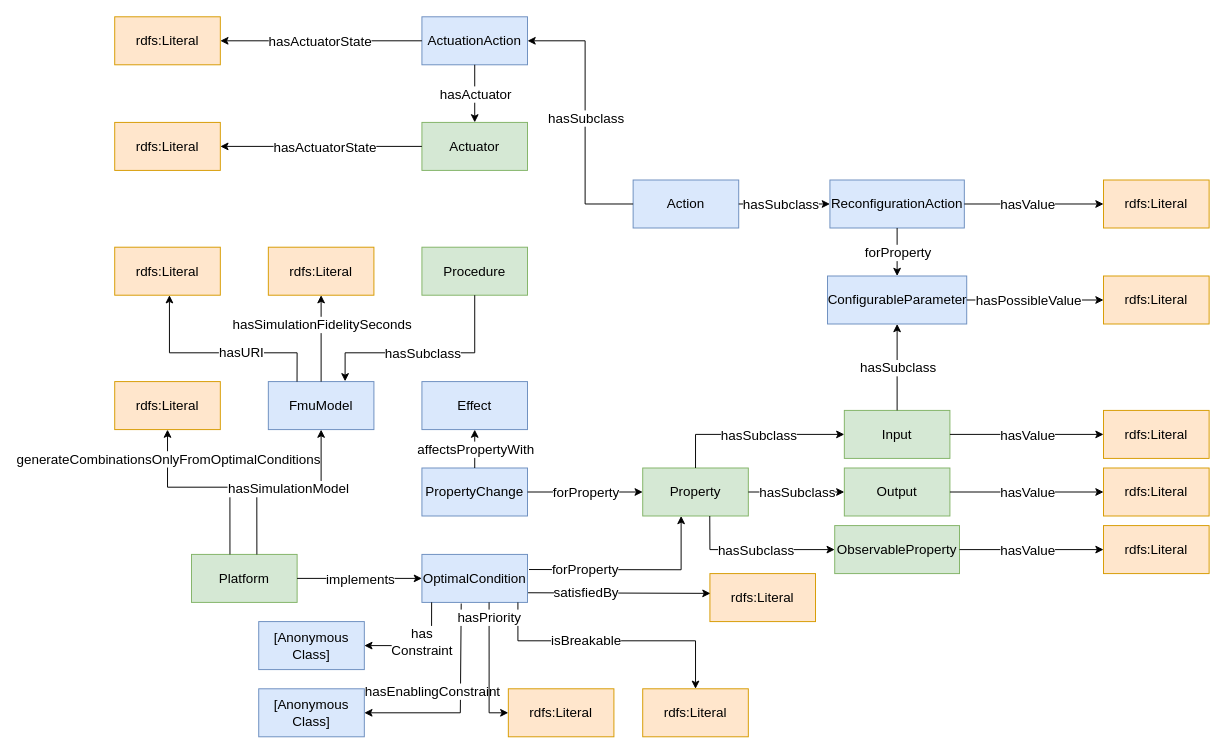
Above: Diagrams/ontology-class-diagram.drawio in ivanspajic/ruleless-digital-twins (draw.io), before the change. Source tidied: cells renumbered, new cells numbered last; positions are measured from the earlier drawing's top-left corner, leaving out a move shared by most shapes. Both pictures are drawn from the tidied source at 96%, with x=0, y=0 at pixel (114, 16).
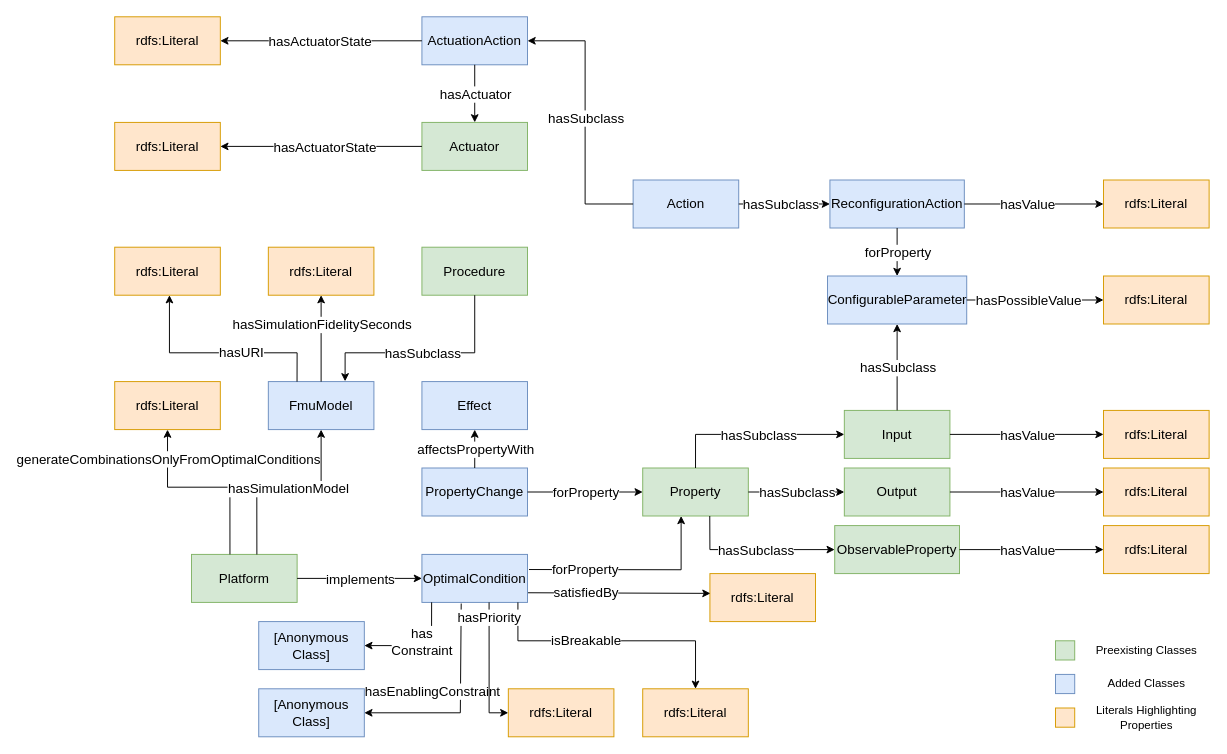
After the change.

Diff of the diagram source:
```diff
@@
+    <mxCell id="90" style="rounded=0;whiteSpace=wrap;html=1;fillColor=#d5e8d4;strokeColor=#82b366;" parent="1" vertex="1">
+      <mxGeometry x="980" y="650" width="20" height="20" as="geometry" />
+    </mxCell>
+    <mxCell id="91" style="rounded=0;whiteSpace=wrap;html=1;fillColor=#dae8fc;strokeColor=#6c8ebf;" parent="1" vertex="1">
+      <mxGeometry x="980" y="685" width="20" height="20" as="geometry" />
+    </mxCell>
+    <mxCell id="92" style="rounded=0;whiteSpace=wrap;html=1;fillColor=#ffe6cc;strokeColor=#d79b00;" parent="1" vertex="1">
+      <mxGeometry x="980" y="720" width="20" height="20" as="geometry" />
+    </mxCell>
+    <mxCell id="93" value="Preexisting Classes" style="text;html=1;whiteSpace=wrap;strokeColor=none;fillColor=none;align=center;verticalAlign=middle;rounded=0;" parent="1" vertex="1">
+      <mxGeometry x="1010" y="645" width="130" height="30" as="geometry" />
+    </mxCell>
+    <mxCell id="94" value="Added Classes" style="text;html=1;whiteSpace=wrap;strokeColor=none;fillColor=none;align=center;verticalAlign=middle;rounded=0;" parent="1" vertex="1">
+      <mxGeometry x="1010" y="680" width="130" height="30" as="geometry" />
+    </mxCell>
+    <mxCell id="95" value="Literals Highlighting Properties" style="text;html=1;whiteSpace=wrap;strokeColor=none;fillColor=none;align=center;verticalAlign=middle;rounded=0;" parent="1" vertex="1">
+      <mxGeometry x="1010" y="715" width="130" height="30" as="geometry" />
+    </mxCell>
```
